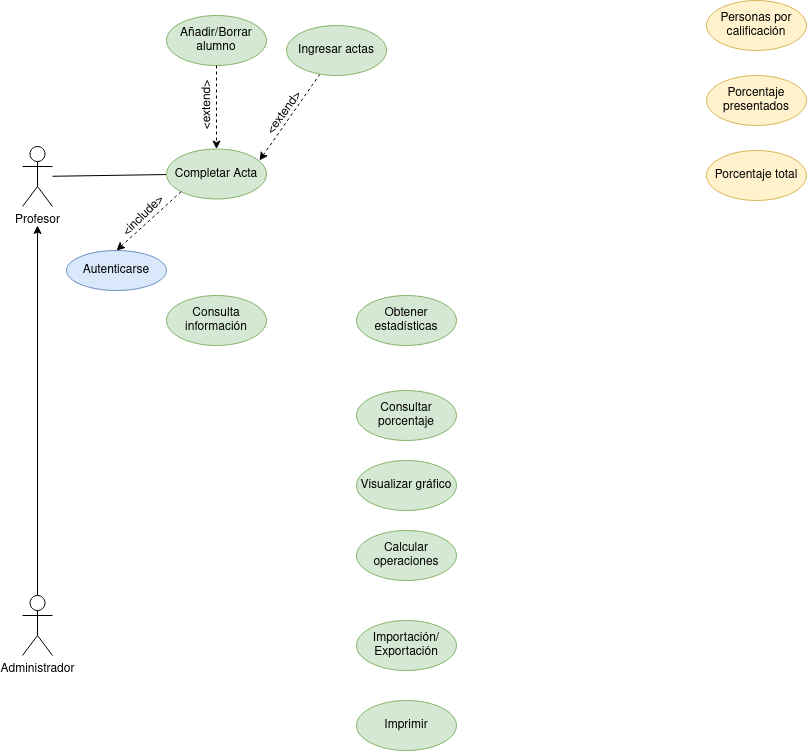
Above: Tareas/casosUso/Tarea6-Gestión Profesores/img/GestionProfesores.drawio.png in colidom/ets (draw.io), before the change. Source tidied: cells renumbered, new cells last; positions are measured from the earlier drawing's top-left corner, leaving out a move shared by most shapes. Its diagram source:
```xml
<mxGraphModel>
  <root>
    <mxCell id="0" />
    <mxCell id="1" parent="0" />
    <mxCell id="2" style="edgeStyle=none;rounded=0;jettySize=auto;html=1;startArrow=none;startFill=0;endArrow=none;endFill=0;" parent="1" edge="1" source="3" target="6">
      <mxGeometry relative="1" as="geometry" />
    </mxCell>
    <mxCell id="3" value="Profesor" style="shape=umlActor;verticalLabelPosition=bottom;verticalAlign=top;html=1;outlineConnect=0;" parent="1" vertex="1">
      <mxGeometry y="146" width="30" height="60" as="geometry" />
    </mxCell>
    <mxCell id="4" style="edgeStyle=orthogonalEdgeStyle;rounded=0;jettySize=auto;html=1;" parent="1" edge="1" source="5">
      <mxGeometry relative="1" as="geometry">
        <mxPoint x="15" y="225" as="targetPoint" />
      </mxGeometry>
    </mxCell>
    <mxCell id="5" value="Administrador" style="shape=umlActor;verticalLabelPosition=bottom;verticalAlign=top;html=1;outlineConnect=0;" parent="1" vertex="1">
      <mxGeometry y="595" width="30" height="60" as="geometry" />
    </mxCell>
    <mxCell id="6" value="Completar Acta" style="ellipse;whiteSpace=wrap;html=1;fillColor=#d5e8d4;strokeColor=#82b366;" parent="1" vertex="1">
      <mxGeometry x="144" y="148.5" width="100" height="50" as="geometry" />
    </mxCell>
    <mxCell id="7" value="Añadir/Borrar alumno" style="ellipse;whiteSpace=wrap;html=1;fillColor=#d5e8d4;strokeColor=#82b366;" parent="1" vertex="1">
      <mxGeometry x="144" y="15" width="100" height="50" as="geometry" />
    </mxCell>
    <mxCell id="8" style="edgeStyle=none;rounded=0;jettySize=auto;html=1;dashed=1;startArrow=none;startFill=0;endArrow=classic;endFill=1;entryX=0.93;entryY=0.23;entryDx=0;entryDy=0;entryPerimeter=0;" parent="1" edge="1" source="9" target="6">
      <mxGeometry relative="1" as="geometry" />
    </mxCell>
    <mxCell id="9" value="Ingresar actas" style="ellipse;whiteSpace=wrap;html=1;fillColor=#d5e8d4;strokeColor=#82b366;" parent="1" vertex="1">
      <mxGeometry x="264" y="25" width="100" height="50" as="geometry" />
    </mxCell>
    <mxCell id="10" value="Autenticarse" style="ellipse;whiteSpace=wrap;html=1;fillColor=#dae8fc;strokeColor=#6c8ebf;" parent="1" vertex="1">
      <mxGeometry x="44" y="250" width="100" height="40" as="geometry" />
    </mxCell>
    <mxCell id="11" value="Consulta información" style="ellipse;whiteSpace=wrap;html=1;fillColor=#d5e8d4;strokeColor=#82b366;" parent="1" vertex="1">
      <mxGeometry x="144" y="295" width="100" height="50" as="geometry" />
    </mxCell>
    <mxCell id="12" value="Obtener estadísticas" style="ellipse;whiteSpace=wrap;html=1;fillColor=#d5e8d4;strokeColor=#82b366;" parent="1" vertex="1">
      <mxGeometry x="334" y="295" width="100" height="50" as="geometry" />
    </mxCell>
    <mxCell id="13" value="Personas por calificación" style="ellipse;whiteSpace=wrap;html=1;fillColor=#fff2cc;strokeColor=#d6b656;" parent="1" vertex="1">
      <mxGeometry x="684" width="100" height="50" as="geometry" />
    </mxCell>
    <mxCell id="14" value="Porcentaje presentados" style="ellipse;whiteSpace=wrap;html=1;fillColor=#fff2cc;strokeColor=#d6b656;" parent="1" vertex="1">
      <mxGeometry x="684" y="75" width="100" height="50" as="geometry" />
    </mxCell>
    <mxCell id="15" value="Porcentaje total" style="ellipse;whiteSpace=wrap;html=1;fillColor=#fff2cc;strokeColor=#d6b656;" parent="1" vertex="1">
      <mxGeometry x="684" y="150" width="100" height="50" as="geometry" />
    </mxCell>
    <mxCell id="16" value="Consultar porcentaje" style="ellipse;whiteSpace=wrap;html=1;fillColor=#d5e8d4;strokeColor=#82b366;" parent="1" vertex="1">
      <mxGeometry x="334" y="390" width="100" height="50" as="geometry" />
    </mxCell>
    <mxCell id="17" value="Visualizar gráfico" style="ellipse;whiteSpace=wrap;html=1;fillColor=#d5e8d4;strokeColor=#82b366;" parent="1" vertex="1">
      <mxGeometry x="334" y="460" width="100" height="50" as="geometry" />
    </mxCell>
    <mxCell id="18" value="Calcular operaciones" style="ellipse;whiteSpace=wrap;html=1;fillColor=#d5e8d4;strokeColor=#82b366;" parent="1" vertex="1">
      <mxGeometry x="334" y="530" width="100" height="50" as="geometry" />
    </mxCell>
    <mxCell id="19" value="&lt;div&gt;Importación/&lt;/div&gt;&lt;div&gt;Exportación&lt;/div&gt;" style="ellipse;whiteSpace=wrap;html=1;fillColor=#d5e8d4;strokeColor=#82b366;" parent="1" vertex="1">
      <mxGeometry x="334" y="620" width="100" height="50" as="geometry" />
    </mxCell>
    <mxCell id="20" value="Imprimir" style="ellipse;whiteSpace=wrap;html=1;fillColor=#d5e8d4;strokeColor=#82b366;" parent="1" vertex="1">
      <mxGeometry x="334" y="700" width="100" height="50" as="geometry" />
    </mxCell>
    <mxCell id="21" style="endArrow=none;html=1;rounded=0;dashed=1;entryX=0;entryY=1;entryDx=0;entryDy=0;exitX=0.5;exitY=0;exitDx=0;exitDy=0;endFill=0;startArrow=classic;startFill=1;" parent="1" edge="1" source="10" target="6">
      <mxGeometry relative="1" as="geometry" />
    </mxCell>
    <mxCell id="22" style="edgeStyle=none;rounded=0;jettySize=auto;html=1;dashed=1;startArrow=none;startFill=0;endArrow=classic;endFill=1;entryX=0.5;entryY=0;entryDx=0;entryDy=0;exitX=0.5;exitY=1;exitDx=0;exitDy=0;" parent="1" edge="1" source="7" target="6">
      <mxGeometry relative="1" as="geometry" />
    </mxCell>
    <mxCell id="23" value="&amp;lt;extend&amp;gt;" style="text;html=1;align=center;verticalAlign=middle;strokeColor=none;fillColor=none;rotation=-54.1;" parent="1" vertex="1">
      <mxGeometry x="227" y="98" width="70" height="30" as="geometry" />
    </mxCell>
    <mxCell id="24" value="&amp;lt;extend&amp;gt;" style="text;html=1;align=center;verticalAlign=middle;strokeColor=none;fillColor=none;rotation=-90.1;" parent="1" vertex="1">
      <mxGeometry x="150" y="90" width="70" height="30" as="geometry" />
    </mxCell>
    <mxCell id="25" value="&amp;lt;include&amp;gt;" style="text;html=1;align=center;verticalAlign=middle;strokeColor=none;fillColor=none;rotation=-44.4;" parent="1" vertex="1">
      <mxGeometry x="81" y="201" width="80" height="30" as="geometry" />
    </mxCell>
  </root>
</mxGraphModel>
```
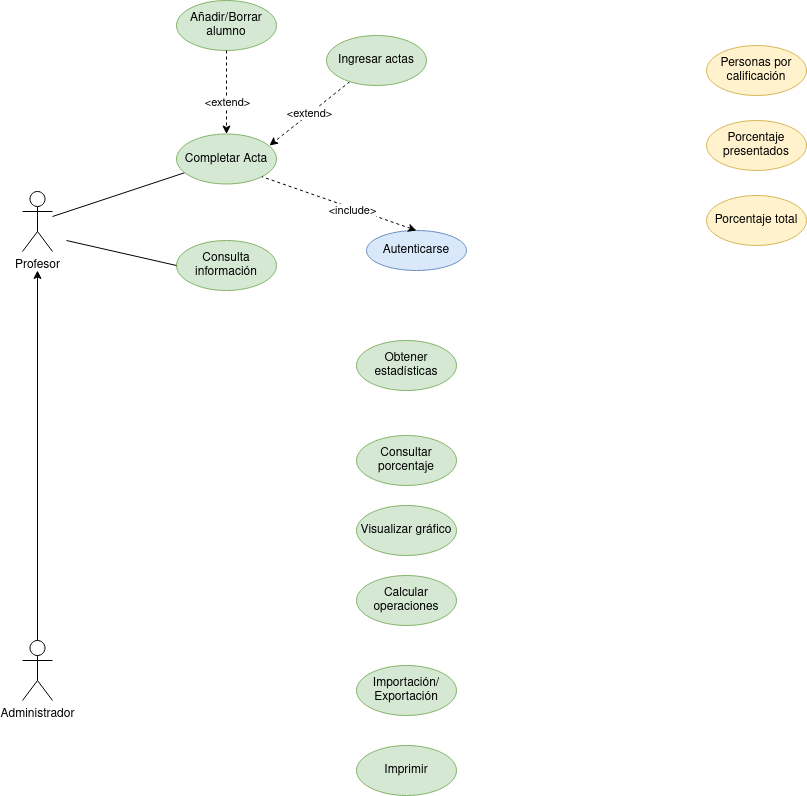
Above is the later version.

Change to the diagram source:
```diff
@@ -17,22 +17,22 @@
       <mxGeometry y="595" width="30" height="60" as="geometry" />
     </mxCell>
     <mxCell id="6" value="Completar Acta" style="ellipse;whiteSpace=wrap;html=1;fillColor=#d5e8d4;strokeColor=#82b366;" parent="1" vertex="1">
-      <mxGeometry x="144" y="148.5" width="100" height="50" as="geometry" />
+      <mxGeometry x="154" y="88.5" width="100" height="50" as="geometry" />
     </mxCell>
     <mxCell id="7" value="Añadir/Borrar alumno" style="ellipse;whiteSpace=wrap;html=1;fillColor=#d5e8d4;strokeColor=#82b366;" parent="1" vertex="1">
-      <mxGeometry x="144" y="15" width="100" height="50" as="geometry" />
+      <mxGeometry x="154" y="-45" width="100" height="50" as="geometry" />
     </mxCell>
-    <mxCell id="8" style="edgeStyle=none;rounded=0;jettySize=auto;html=1;dashed=1;startArrow=none;startFill=0;endArrow=classic;endFill=1;entryX=0.93;entryY=0.23;entryDx=0;entryDy=0;entryPerimeter=0;" parent="1" edge="1" source="9" target="6">
+    <mxCell id="8" value="&amp;lt;extend&amp;gt;" style="edgeStyle=none;rounded=0;jettySize=auto;html=1;dashed=1;startArrow=none;startFill=0;endArrow=classic;endFill=1;entryX=0.93;entryY=0.23;entryDx=0;entryDy=0;entryPerimeter=0;" parent="1" edge="1" source="9" target="6">
       <mxGeometry relative="1" as="geometry" />
     </mxCell>
     <mxCell id="9" value="Ingresar actas" style="ellipse;whiteSpace=wrap;html=1;fillColor=#d5e8d4;strokeColor=#82b366;" parent="1" vertex="1">
-      <mxGeometry x="264" y="25" width="100" height="50" as="geometry" />
+      <mxGeometry x="304" y="-10" width="100" height="50" as="geometry" />
     </mxCell>
     <mxCell id="10" value="Autenticarse" style="ellipse;whiteSpace=wrap;html=1;fillColor=#dae8fc;strokeColor=#6c8ebf;" parent="1" vertex="1">
-      <mxGeometry x="44" y="250" width="100" height="40" as="geometry" />
+      <mxGeometry x="344" y="185" width="100" height="40" as="geometry" />
     </mxCell>
     <mxCell id="11" value="Consulta información" style="ellipse;whiteSpace=wrap;html=1;fillColor=#d5e8d4;strokeColor=#82b366;" parent="1" vertex="1">
-      <mxGeometry x="144" y="295" width="100" height="50" as="geometry" />
+      <mxGeometry x="154" y="195" width="100" height="50" as="geometry" />
     </mxCell>
     <mxCell id="12" value="Obtener estadísticas" style="ellipse;whiteSpace=wrap;html=1;fillColor=#d5e8d4;strokeColor=#82b366;" parent="1" vertex="1">
       <mxGeometry x="334" y="295" width="100" height="50" as="geometry" />
@@ -61,20 +61,22 @@
     <mxCell id="20" value="Imprimir" style="ellipse;whiteSpace=wrap;html=1;fillColor=#d5e8d4;strokeColor=#82b366;" parent="1" vertex="1">
       <mxGeometry x="334" y="700" width="100" height="50" as="geometry" />
     </mxCell>
-    <mxCell id="21" style="endArrow=none;html=1;rounded=0;dashed=1;entryX=0;entryY=1;entryDx=0;entryDy=0;exitX=0.5;exitY=0;exitDx=0;exitDy=0;endFill=0;startArrow=classic;startFill=1;" parent="1" edge="1" source="10" target="6">
+    <mxCell id="21" style="endArrow=none;html=1;rounded=0;dashed=1;entryX=1;entryY=1;entryDx=0;entryDy=0;exitX=0.5;exitY=0;exitDx=0;exitDy=0;endFill=0;startArrow=classic;startFill=1;" parent="1" edge="1" source="10" target="6">
       <mxGeometry relative="1" as="geometry" />
     </mxCell>
+    <mxCell id="25" value="&amp;lt;include&amp;gt;" style="edgeLabel;html=1;align=center;verticalAlign=middle;" parent="21" vertex="1">
+      <mxGeometry x="-0.17" y="2" relative="1" as="geometry" />
+    </mxCell>
     <mxCell id="22" style="edgeStyle=none;rounded=0;jettySize=auto;html=1;dashed=1;startArrow=none;startFill=0;endArrow=classic;endFill=1;entryX=0.5;entryY=0;entryDx=0;entryDy=0;exitX=0.5;exitY=1;exitDx=0;exitDy=0;" parent="1" edge="1" source="7" target="6">
       <mxGeometry relative="1" as="geometry" />
     </mxCell>
-    <mxCell id="23" value="&amp;lt;extend&amp;gt;" style="text;html=1;align=center;verticalAlign=middle;strokeColor=none;fillColor=none;rotation=-54.1;" parent="1" vertex="1">
-      <mxGeometry x="227" y="98" width="70" height="30" as="geometry" />
-    </mxCell>
-    <mxCell id="24" value="&amp;lt;extend&amp;gt;" style="text;html=1;align=center;verticalAlign=middle;strokeColor=none;fillColor=none;rotation=-90.1;" parent="1" vertex="1">
-      <mxGeometry x="150" y="90" width="70" height="30" as="geometry" />
-    </mxCell>
-    <mxCell id="25" value="&amp;lt;include&amp;gt;" style="text;html=1;align=center;verticalAlign=middle;strokeColor=none;fillColor=none;rotation=-44.4;" parent="1" vertex="1">
-      <mxGeometry x="81" y="201" width="80" height="30" as="geometry" />
-    </mxCell>
+    <mxCell id="26" value="&amp;lt;extend&amp;gt;" style="edgeLabel;html=1;align=center;verticalAlign=middle;" parent="22" vertex="1">
+      <mxGeometry x="0.22" relative="1" as="geometry" />
+    </mxCell>
+    <mxCell id="27" style="edgeStyle=none;rounded=0;jettySize=auto;html=1;startArrow=none;startFill=0;endArrow=none;endFill=0;entryX=0;entryY=0.5;entryDx=0;entryDy=0;" parent="1" edge="1" target="11">
+      <mxGeometry relative="1" as="geometry">
+        <mxPoint x="44" y="195" as="sourcePoint" />
+      </mxGeometry>
+    </mxCell>
   </root>
 </mxGraphModel>
```
